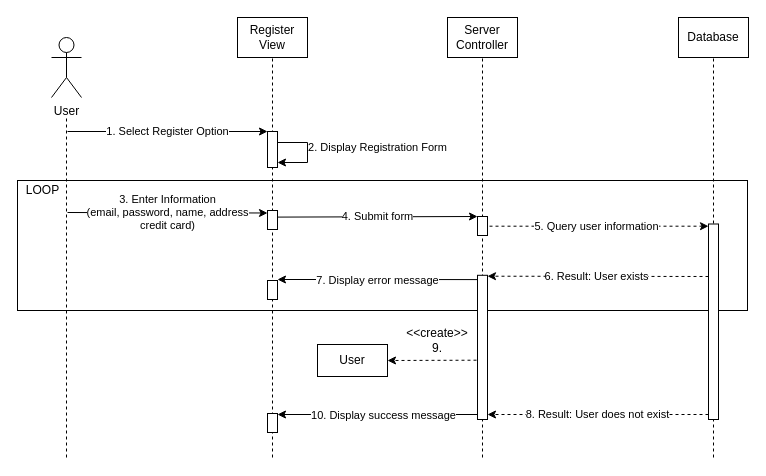
Before: Dessign Documents/Diagrams/interaction_diagram_register.drawio in folkg/movie-ticket-reservation-app, a draw.io diagram. Source tidied: cells renumbered, new cells numbered last; positions are measured from the earlier drawing's top-left corner, leaving out a move shared by most shapes. Both pictures are drawn from the tidied source at 100%, with x=0, y=0 at pixel (17, 17).
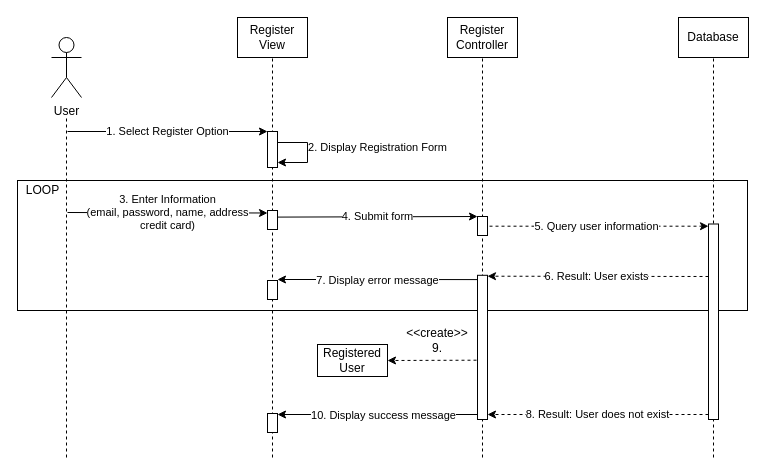
The same page after the edit.

What changed in the source:
```diff
@@
-    <mxCell id="6" value="Server&lt;br&gt;Controller" style="rounded=0;whiteSpace=wrap;html=1;fontColor=#000000;strokeColor=#000000;fillColor=#FFFFFF;" parent="1" vertex="1">
+    <mxCell id="6" value="Register&lt;br&gt;Controller" style="rounded=0;whiteSpace=wrap;html=1;fontColor=#000000;strokeColor=#000000;fillColor=#FFFFFF;" parent="1" vertex="1">
       <mxGeometry x="430" width="70" height="40" as="geometry" />
     </mxCell>
@@
-    <mxCell id="18" value="User" style="rounded=0;whiteSpace=wrap;html=1;fontColor=#000000;strokeColor=#000000;fillColor=#FFFFFF;" parent="1" vertex="1">
+    <mxCell id="18" value="Registered User" style="rounded=0;whiteSpace=wrap;html=1;fontColor=#000000;strokeColor=#000000;fillColor=#FFFFFF;" parent="1" vertex="1">
       <mxGeometry x="300" y="327" width="70" height="32" as="geometry" />
     </mxCell>
```
